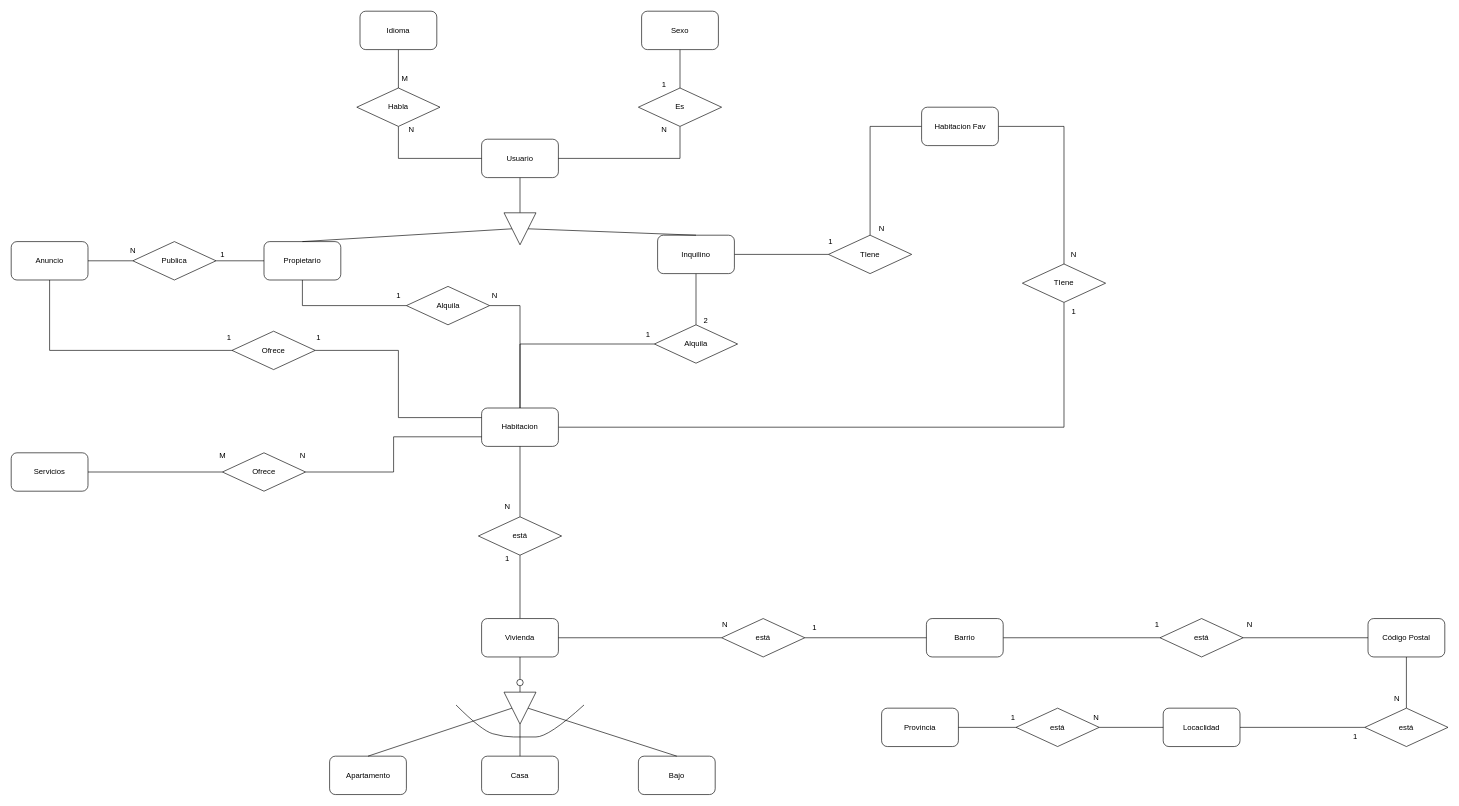
Above: page "Relation-Entity" (1 of 2) of Charts_Rooming.drawio in samuelcrb/Rooming (draw.io), before the change. Source tidied: cells renumbered, new cells numbered last; positions are measured from the earlier drawing's top-left corner, leaving out a move shared by most shapes. Both pictures are drawn from the tidied source at 64%, with x=0, y=0 at pixel (11, 11).
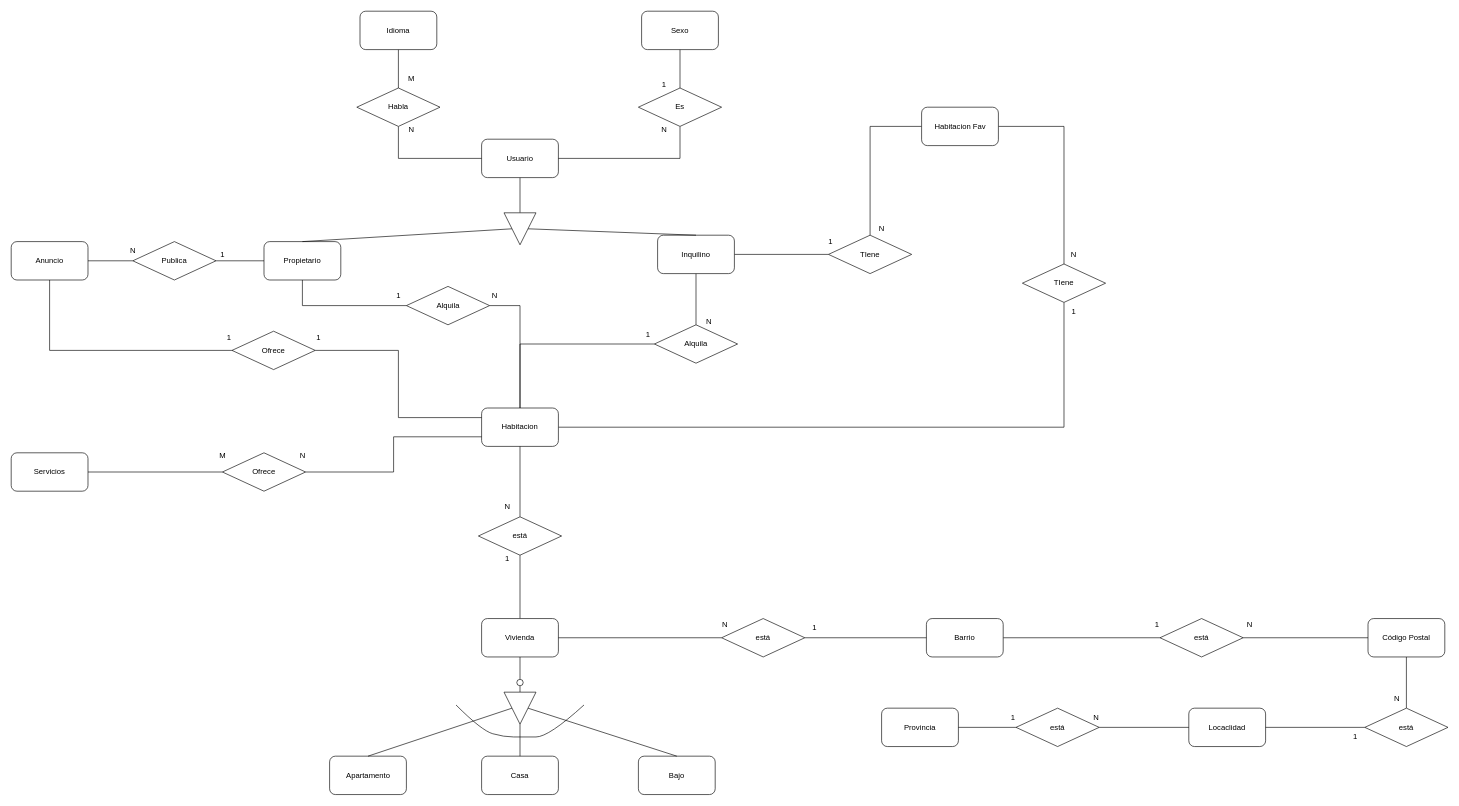
After the change.

Change to the diagram source:
```diff
@@
     <mxCell id="51" value="Locaclidad" style="rounded=1;whiteSpace=wrap;html=1;" parent="1" vertex="1">
-      <mxGeometry x="1800" y="1089" width="120" height="60" as="geometry" />
+      <mxGeometry x="1840" y="1089" width="120" height="60" as="geometry" />
     </mxCell>
@@
     <mxCell id="69" value="M" style="text;html=1;align=center;verticalAlign=middle;strokeColor=none;fillColor=none;" parent="1" vertex="1">
-      <mxGeometry x="600" y="90" width="30" height="30" as="geometry" />
+      <mxGeometry x="610" y="90" width="30" height="30" as="geometry" />
     </mxCell>
@@
-    <mxCell id="74" value="&lt;div&gt;2&lt;/div&gt;&lt;div&gt;&lt;br&gt;&lt;/div&gt;" style="text;html=1;align=center;verticalAlign=middle;strokeColor=none;fillColor=none;" parent="1" vertex="1">
-      <mxGeometry x="1070" y="470" width="30" height="40" as="geometry" />
+    <mxCell id="74" value="&lt;div&gt;N&lt;/div&gt;" style="text;html=1;align=center;verticalAlign=middle;strokeColor=none;fillColor=none;" parent="1" vertex="1">
+      <mxGeometry x="1075" y="470" width="30" height="30" as="geometry" />
     </mxCell>
```
